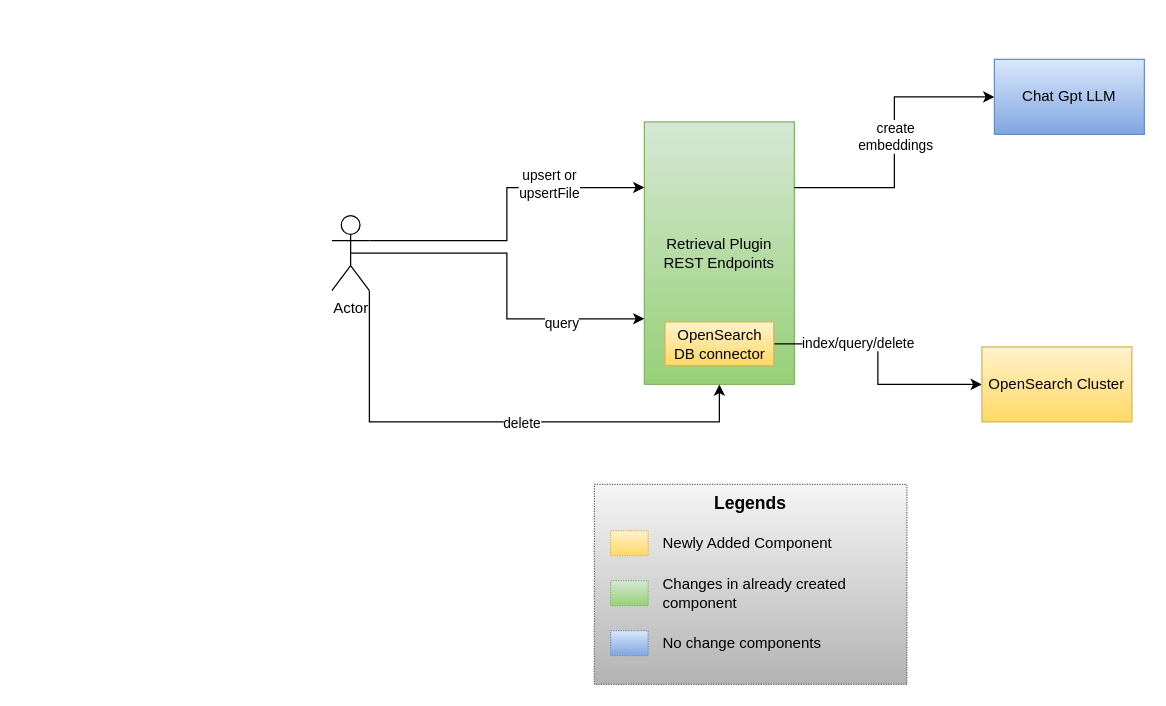
Before: OpenSearch/OS_Datstore in Reterival Plugin.drawio in navneet1v/FlowDiagram, a draw.io diagram. Source tidied: cells renumbered, new cells numbered last; positions are measured from the earlier drawing's top-left corner, leaving out a move shared by most shapes. Both pictures are drawn from the tidied source at 125%, with x=0, y=0 at pixel (331, 59).
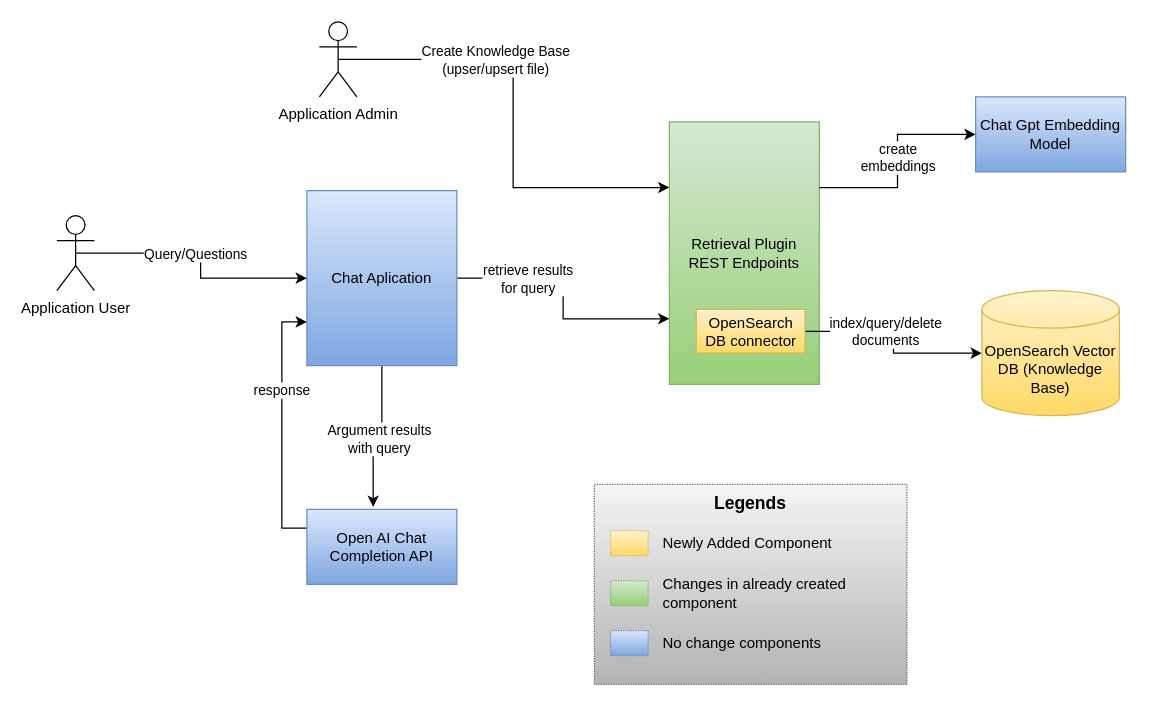
Above is the later version.

The edit, as a diff of the source:
```diff
@@
     <mxCell id="2" value="Retrieval Plugin REST Endpoints" style="rounded=0;whiteSpace=wrap;html=1;fillColor=#d5e8d4;strokeColor=#82b366;gradientColor=#97d077;" parent="1" vertex="1">
-      <mxGeometry x="250" y="50" width="120" height="210" as="geometry" />
+      <mxGeometry x="270" y="50" width="120" height="210" as="geometry" />
     </mxCell>
@@
-    <mxCell id="5" style="edgeStyle=orthogonalEdgeStyle;rounded=0;jettySize=auto;html=1;exitX=1;exitY=0.5;exitDx=0;exitDy=0;" parent="1" edge="1" source="23" target="8">
+    <mxCell id="5" style="edgeStyle=orthogonalEdgeStyle;rounded=0;jettySize=auto;html=1;exitX=1;exitY=0.5;exitDx=0;exitDy=0;entryX=0;entryY=0.5;entryDx=0;entryDy=0;entryPerimeter=0;" parent="1" edge="1" source="23" target="33">
       <mxGeometry relative="1" as="geometry" />
     </mxCell>
-    <mxCell id="6" value="index/query/delete" style="edgeLabel;html=1;align=center;verticalAlign=middle;" parent="5" vertex="1">
+    <mxCell id="6" value="index/query/delete&lt;br&gt;documents" style="edgeLabel;html=1;align=center;verticalAlign=middle;" parent="5" vertex="1">
       <mxGeometry x="-0.41" y="2" relative="1" as="geometry">
-        <mxPoint x="8" y="1" as="offset" />
+        <mxPoint x="17" y="2" as="offset" />
       </mxGeometry>
     </mxCell>
-    <mxCell id="7" value="Chat Gpt LLM" style="rounded=0;whiteSpace=wrap;html=1;fillColor=#dae8fc;gradientColor=#7ea6e0;strokeColor=#6c8ebf;" parent="1" vertex="1">
-      <mxGeometry x="530" width="120" height="60" as="geometry" />
+    <mxCell id="7" value="Chat Gpt Embedding Model" style="rounded=0;whiteSpace=wrap;html=1;fillColor=#dae8fc;gradientColor=#7ea6e0;strokeColor=#6c8ebf;" parent="1" vertex="1">
+      <mxGeometry x="515" y="30" width="120" height="60" as="geometry" />
     </mxCell>
-    <mxCell id="8" value="OpenSearch Cluster" style="rounded=0;whiteSpace=wrap;html=1;fillColor=#fff2cc;gradientColor=#ffd966;strokeColor=#d6b656;" parent="1" vertex="1">
-      <mxGeometry x="520" y="230" width="120" height="60" as="geometry" />
-    </mxCell>
-    <mxCell id="9" style="edgeStyle=orthogonalEdgeStyle;rounded=0;jettySize=auto;html=1;exitX=1;exitY=0.3333333333333333;exitDx=0;exitDy=0;exitPerimeter=0;entryX=0;entryY=0.25;entryDx=0;entryDy=0;" parent="1" edge="1" source="15" target="2">
-      <mxGeometry relative="1" as="geometry" />
-    </mxCell>
-    <mxCell id="10" value="upsert or&lt;br&gt;upsertFile" style="edgeLabel;html=1;align=center;verticalAlign=middle;" parent="9" vertex="1">
-      <mxGeometry x="0.42" y="4" relative="1" as="geometry">
-        <mxPoint y="1" as="offset" />
-      </mxGeometry>
-    </mxCell>
-    <mxCell id="11" style="edgeStyle=orthogonalEdgeStyle;rounded=0;jettySize=auto;html=1;exitX=0.5;exitY=0.5;exitDx=0;exitDy=0;exitPerimeter=0;entryX=0;entryY=0.75;entryDx=0;entryDy=0;" parent="1" edge="1" source="15" target="2">
+    <mxCell id="11" style="edgeStyle=orthogonalEdgeStyle;rounded=0;jettySize=auto;html=1;entryX=0;entryY=0.75;entryDx=0;entryDy=0;" parent="1" edge="1" source="26" target="2">
       <mxGeometry relative="1" as="geometry" />
     </mxCell>
-    <mxCell id="12" value="query" style="edgeLabel;html=1;align=center;verticalAlign=middle;" parent="11" vertex="1">
+    <mxCell id="12" value="retrieve results&lt;br&gt;for query" style="edgeLabel;html=1;align=center;verticalAlign=middle;" parent="11" vertex="1">
       <mxGeometry x="0.54" y="-2" relative="1" as="geometry">
-        <mxPoint y="1" as="offset" />
+        <mxPoint x="-67" y="-34" as="offset" />
       </mxGeometry>
     </mxCell>
-    <mxCell id="13" style="edgeStyle=orthogonalEdgeStyle;rounded=0;jettySize=auto;html=1;exitX=1;exitY=1;exitDx=0;exitDy=0;exitPerimeter=0;entryX=0.5;entryY=1;entryDx=0;entryDy=0;" parent="1" edge="1" source="15" target="2">
-      <mxGeometry relative="1" as="geometry">
-        <Array as="points">
-          <mxPoint x="30" y="290" />
-          <mxPoint x="310" y="290" />
-        </Array>
-      </mxGeometry>
-    </mxCell>
-    <mxCell id="14" value="delete" style="edgeLabel;html=1;align=center;verticalAlign=middle;" parent="13" vertex="1">
-      <mxGeometry x="0.09" relative="1" as="geometry" />
-    </mxCell>
-    <mxCell id="15" value="Actor" style="shape=umlActor;verticalLabelPosition=bottom;verticalAlign=top;html=1;outlineConnect=0;" parent="1" vertex="1">
-      <mxGeometry y="125" width="30" height="60" as="geometry" />
-    </mxCell>
@@
     <mxCell id="23" value="OpenSearch DB connector" style="rounded=0;whiteSpace=wrap;html=1;fillColor=#fff2cc;gradientColor=#ffd966;strokeColor=#d6b656;" parent="1" vertex="1">
-      <mxGeometry x="266.5" y="210" width="87" height="35" as="geometry" />
+      <mxGeometry x="291.5" y="200" width="87" height="35" as="geometry" />
     </mxCell>
+    <mxCell id="24" style="edgeStyle=orthogonalEdgeStyle;rounded=0;jettySize=auto;html=1;exitX=0.5;exitY=1;exitDx=0;exitDy=0;entryX=0.442;entryY=-0.033;entryDx=0;entryDy=0;entryPerimeter=0;" parent="1" edge="1" source="26" target="32">
+      <mxGeometry relative="1" as="geometry" />
+    </mxCell>
+    <mxCell id="25" value="Argument results &lt;br&gt;with query" style="edgeLabel;html=1;align=center;verticalAlign=middle;" parent="24" vertex="1">
+      <mxGeometry x="0.02" relative="1" as="geometry">
+        <mxPoint x="1" y="1" as="offset" />
+      </mxGeometry>
+    </mxCell>
+    <mxCell id="26" value="Chat Aplication" style="rounded=0;whiteSpace=wrap;html=1;fillColor=#dae8fc;gradientColor=#7ea6e0;strokeColor=#6c8ebf;" parent="1" vertex="1">
+      <mxGeometry x="-20" y="105" width="120" height="140" as="geometry" />
+    </mxCell>
+    <mxCell id="27" style="edgeStyle=orthogonalEdgeStyle;rounded=0;jettySize=auto;html=1;exitX=0.5;exitY=0.5;exitDx=0;exitDy=0;exitPerimeter=0;" parent="1" edge="1" source="29" target="26">
+      <mxGeometry relative="1" as="geometry" />
+    </mxCell>
+    <mxCell id="28" value="Query/Questions" style="edgeLabel;html=1;align=center;verticalAlign=middle;" parent="27" vertex="1">
+      <mxGeometry x="-0.26" y="1" relative="1" as="geometry">
+        <mxPoint x="19" y="1" as="offset" />
+      </mxGeometry>
+    </mxCell>
+    <mxCell id="29" value="Application User" style="shape=umlActor;verticalLabelPosition=bottom;verticalAlign=top;html=1;outlineConnect=0;" parent="1" vertex="1">
+      <mxGeometry x="-220" y="125" width="30" height="60" as="geometry" />
+    </mxCell>
+    <mxCell id="30" style="edgeStyle=orthogonalEdgeStyle;rounded=0;jettySize=auto;html=1;exitX=0;exitY=0.25;exitDx=0;exitDy=0;entryX=0;entryY=0.75;entryDx=0;entryDy=0;" parent="1" edge="1" source="32" target="26">
+      <mxGeometry relative="1" as="geometry" />
+    </mxCell>
+    <mxCell id="31" value="response" style="edgeLabel;html=1;align=center;verticalAlign=middle;" parent="30" vertex="1">
+      <mxGeometry x="0.28" y="1" relative="1" as="geometry" />
+    </mxCell>
+    <mxCell id="32" value="Open AI Chat Completion API" style="rounded=0;whiteSpace=wrap;html=1;fillColor=#dae8fc;gradientColor=#7ea6e0;strokeColor=#6c8ebf;" parent="1" vertex="1">
+      <mxGeometry x="-20" y="360" width="120" height="60" as="geometry" />
+    </mxCell>
+    <mxCell id="33" value="OpenSearch Vector DB (Knowledge Base)" style="shape=cylinder3;whiteSpace=wrap;html=1;boundedLbl=1;backgroundOutline=1;size=15;fillColor=#fff2cc;strokeColor=#d6b656;gradientColor=#ffd966;" parent="1" vertex="1">
+      <mxGeometry x="520" y="185" width="110" height="100" as="geometry" />
+    </mxCell>
+    <mxCell id="34" style="edgeStyle=orthogonalEdgeStyle;rounded=0;jettySize=auto;html=1;exitX=0.5;exitY=0.5;exitDx=0;exitDy=0;exitPerimeter=0;entryX=0;entryY=0.25;entryDx=0;entryDy=0;" parent="1" edge="1" source="36" target="2">
+      <mxGeometry relative="1" as="geometry" />
+    </mxCell>
+    <mxCell id="35" value="Create Knowledge Base&lt;br&gt;(upser/upsert file)" style="edgeLabel;html=1;align=center;verticalAlign=middle;" parent="34" vertex="1">
+      <mxGeometry x="-0.32" relative="1" as="geometry" />
+    </mxCell>
+    <mxCell id="36" value="Application Admin" style="shape=umlActor;verticalLabelPosition=bottom;verticalAlign=top;html=1;outlineConnect=0;" parent="1" vertex="1">
+      <mxGeometry x="-10" y="-30" width="30" height="60" as="geometry" />
+    </mxCell>
```
